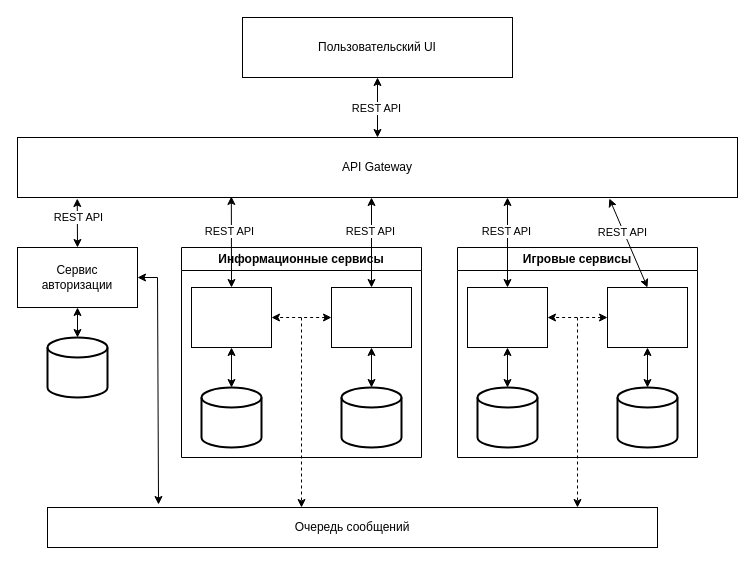
Earlier version of the draw.io diagram hw10/Диаграмма без названия.drawio (ms-pavlov/2022-11-otus-architecture_Pavlov). Source tidied: cells renumbered, new cells numbered last; positions are measured from the earlier drawing's top-left corner, leaving out a move shared by most shapes. Both pictures are drawn from the tidied source at 100%, with x=0, y=0 at pixel (17, 17).
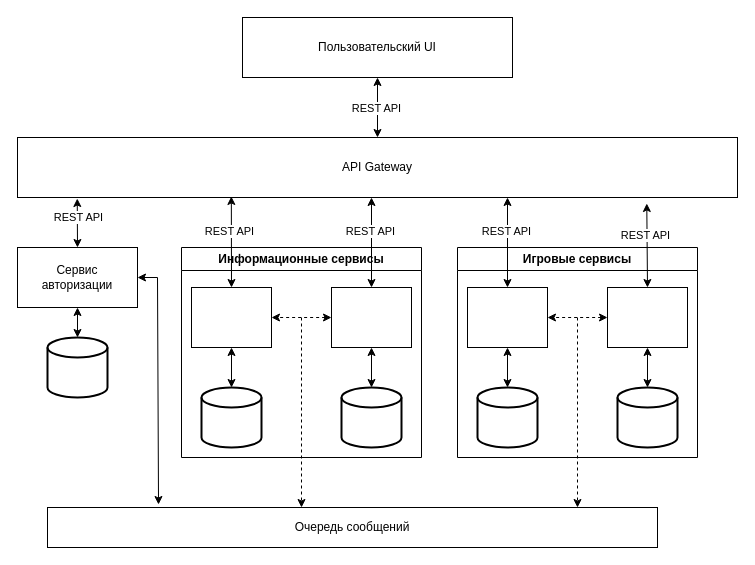
Above is the later version.

Unchanged cells that the change refers to:
```xml
<mxCell id="3" value="API Gateway" style="rounded=0;whiteSpace=wrap;html=1;" parent="1" vertex="1">
  <mxGeometry y="120" width="720" height="60" as="geometry" />
</mxCell>
<mxCell id="27" style="rounded=0;whiteSpace=wrap;html=1;" parent="24" vertex="1">
  <mxGeometry x="150" y="40" width="80" height="60" as="geometry" />
</mxCell>
```

The edit, as a diff of the source:
```diff
@@
-    <mxCell id="34" style="endArrow=classic;startArrow=classic;html=1;rounded=0;exitX=0.5;exitY=0;exitDx=0;exitDy=0;entryX=0.822;entryY=1.017;entryDx=0;entryDy=0;entryPerimeter=0;" parent="1" edge="1" source="27" target="3">
+    <mxCell id="34" style="endArrow=classic;startArrow=classic;html=1;rounded=0;exitX=0.5;exitY=0;exitDx=0;exitDy=0;entryX=0.874;entryY=1.1;entryDx=0;entryDy=0;entryPerimeter=0;" parent="1" edge="1" source="27" target="3">
       <mxGeometry relative="1" as="geometry" />
     </mxCell>
```
